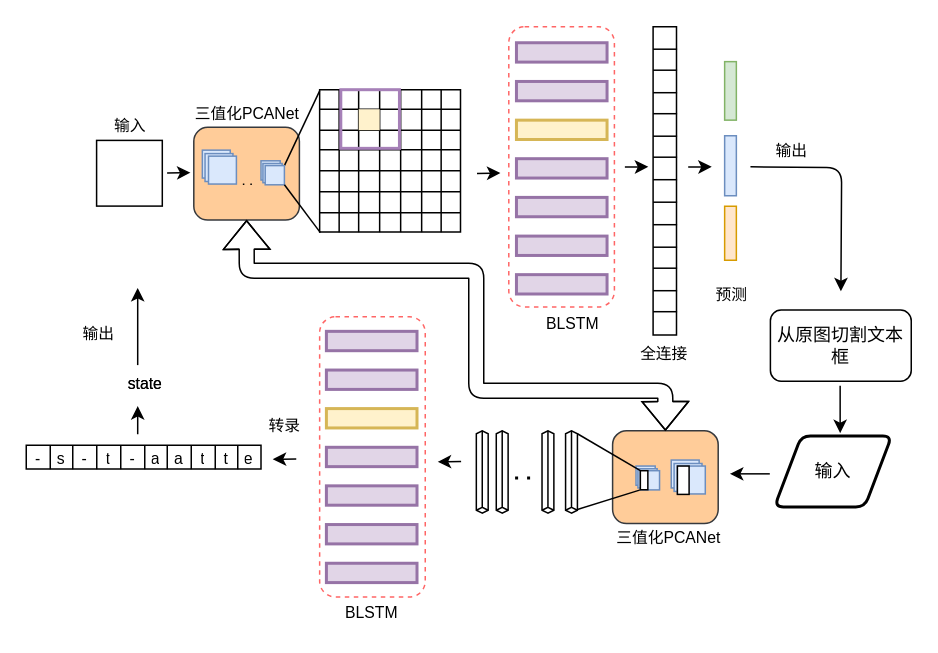
Earlier version of the draw.io diagram 数据增广.drawio (Liz606/Liz-todos). Source tidied: cells renumbered, new cells numbered last; positions are measured from the earlier drawing's top-left corner, leaving out a move shared by most shapes. Both pictures are drawn from the tidied source at 150%, with x=0, y=0 at pixel (26, 26).
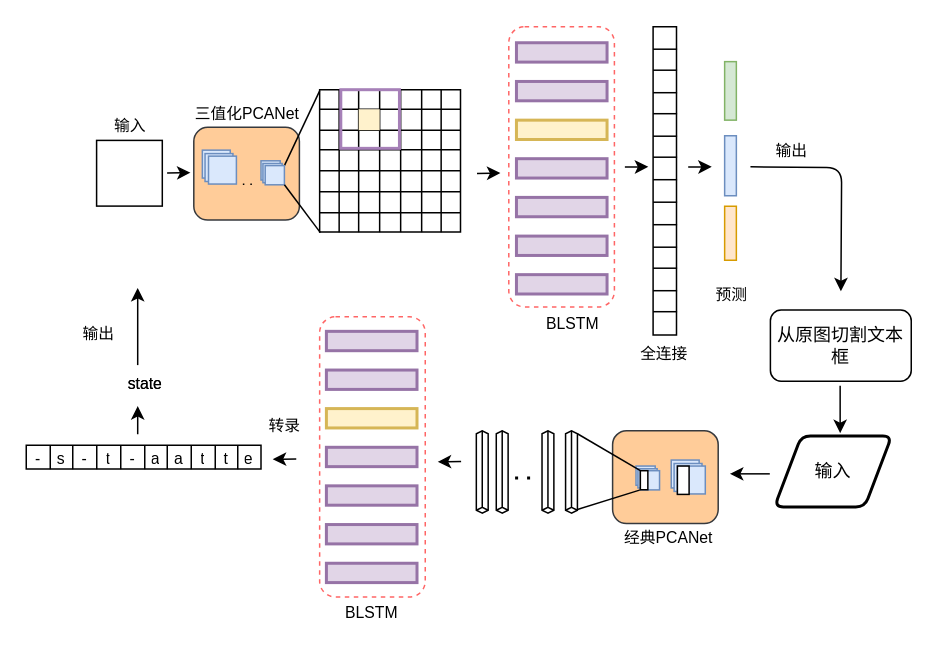
After the change.

Commit message:
更新数据增广.drawio

The change refers to these unchanged cells:
```xml
<mxCell id="2" style="rounded=1;whiteSpace=wrap;html=1;fillColor=#ffcc99;strokeColor=#36393d;" parent="1" vertex="1">
  <mxGeometry x="111.7" y="67.4" width="70.4" height="61.8" as="geometry" />
</mxCell>
<mxCell id="113" style="rounded=1;whiteSpace=wrap;html=1;fillColor=#ffcc99;direction=east;flipH=0;flipV=0;strokeColor=#36393d;" parent="1" vertex="1">
  <mxGeometry x="390.9" y="269.7" width="70.4" height="61.8" as="geometry" />
</mxCell>
```

The edit, as a diff of the source:
```diff
@@
-    <mxCell id="171" value="&lt;font style=&quot;font-size: 10.5px&quot;&gt;三值化PCANet&lt;/font&gt;" style="text;html=1;align=center;verticalAlign=middle;fontSize=10.5;" parent="1" vertex="1">
-      <mxGeometry x="383.4" y="331.4" width="90" height="20" as="geometry" />
+    <mxCell id="171" value="&lt;font style=&quot;font-size: 10.5px&quot;&gt;经典PCANet&lt;/font&gt;" style="text;html=1;align=center;verticalAlign=middle;fontSize=10.5;" parent="1" vertex="1">
+      <mxGeometry x="388.4" y="331.4" width="80" height="20" as="geometry" />
     </mxCell>
@@
-    <mxCell id="175" style="shape=flexArrow;endArrow=classic;startArrow=classic;html=1;exitX=0.5;exitY=0;exitDx=0;exitDy=0;entryX=0.5;entryY=1;entryDx=0;entryDy=0;" parent="1" edge="1" source="113" target="2">
-      <mxGeometry relative="1" as="geometry">
-        <Array as="points">
-          <mxPoint x="426" y="243" />
-          <mxPoint x="300" y="243" />
-          <mxPoint x="300" y="163" />
-          <mxPoint x="147" y="163" />
-        </Array>
-      </mxGeometry>
-    </mxCell>
```
